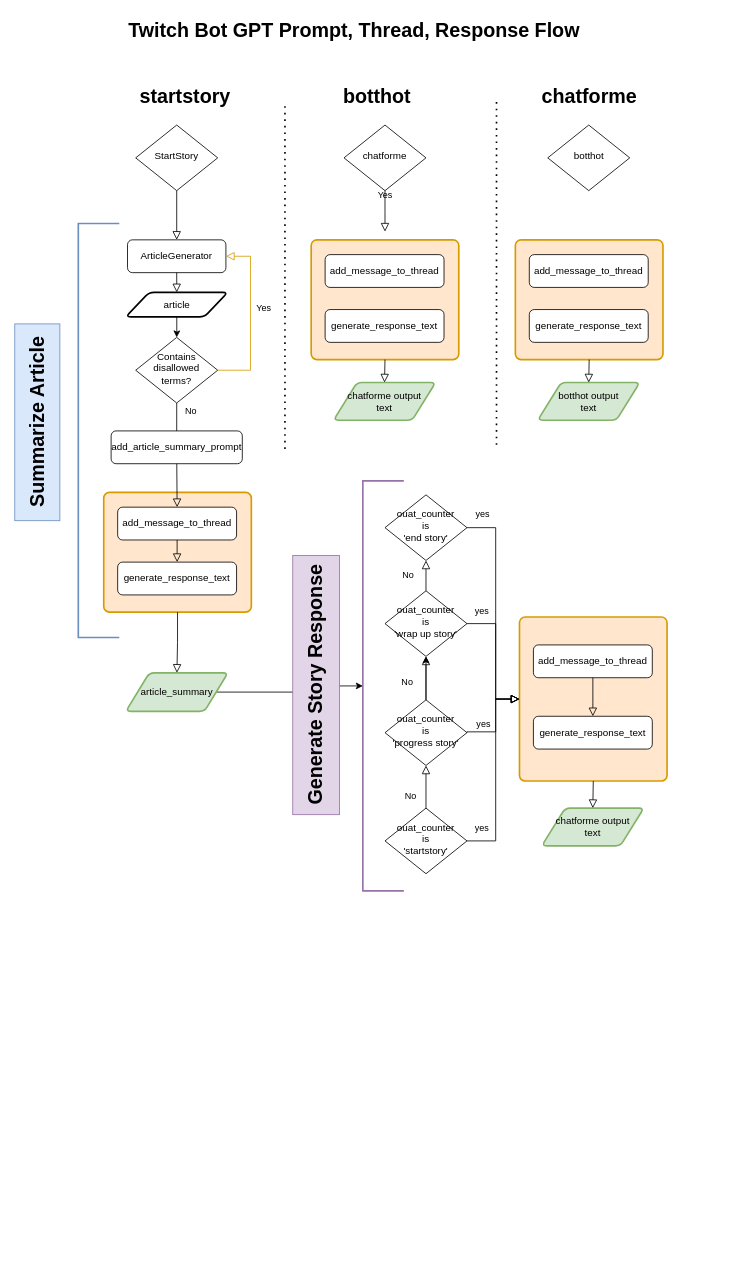
hitch-co/chatzilla_ai keeps this draw.io diagram as readme/diagrams/prompt-thread-response-flow.drawio. Above is the earlier version. Source tidied: cells renumbered, new cells numbered last; positions are measured from the earlier drawing's top-left corner, leaving out a move shared by most shapes. Both pictures are drawn from the tidied source at 82%, with x=0, y=0 at pixel (-61, 14).
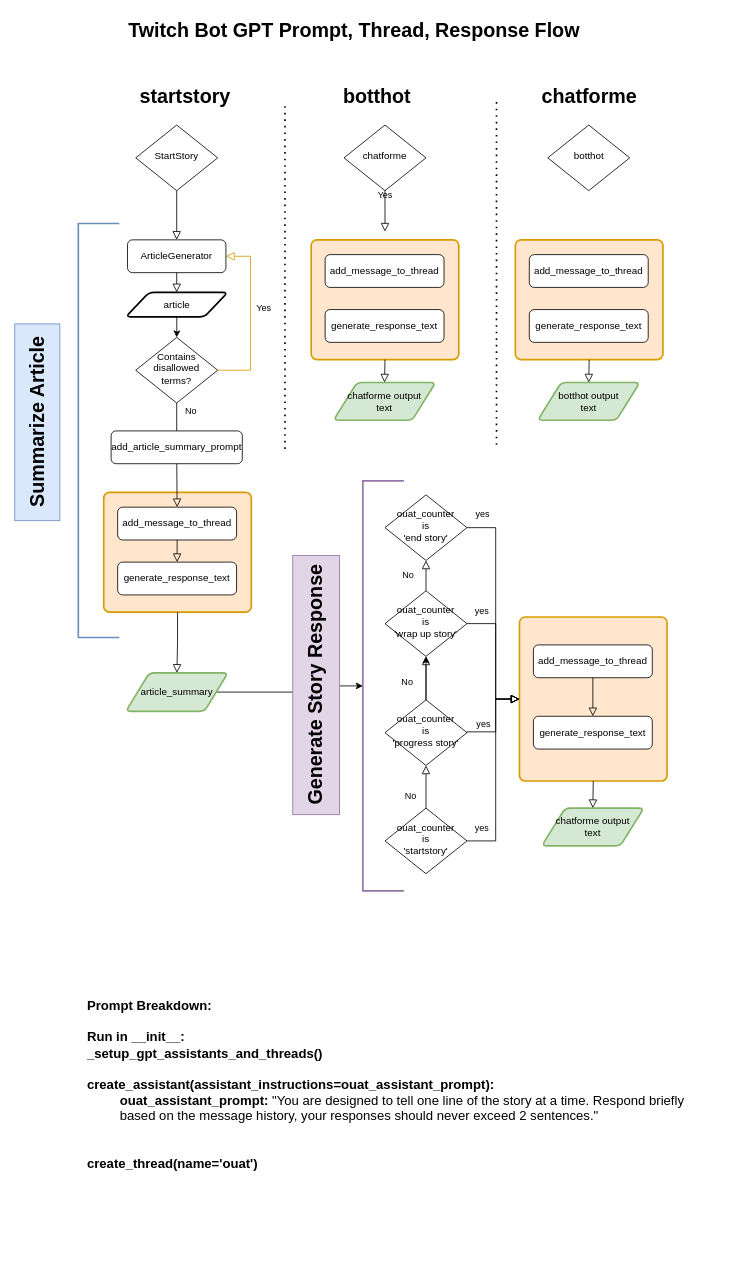
After the change.

Change to the diagram source:
```diff
@@
+    <mxCell id="60" value="Prompt Breakdown:&lt;br&gt;&lt;br&gt;Run in __init__:&lt;br&gt;_setup_gpt_assistants_and_threads()&lt;br&gt;&lt;br&gt;create_assistant(assistant_instructions=ouat_assistant_prompt):&lt;br&gt;&lt;blockquote style=&quot;margin: 0 0 0 40px; border: none; padding: 0px;&quot;&gt;ouat_assistant_prompt:&amp;nbsp;&lt;span style=&quot;font-weight: normal;&quot;&gt;&quot;You are designed to tell one line of the story at a time. Respond briefly based on the message history, your responses should never exceed 2 sentences.&quot;&lt;/span&gt;&lt;/blockquote&gt;&lt;br&gt;&lt;br&gt;create_thread(name='ouat')&lt;br&gt;" style="text;strokeColor=none;fillColor=none;html=1;fontSize=16;fontStyle=1;verticalAlign=middle;align=left;whiteSpace=wrap;" parent="1" vertex="1">
+      <mxGeometry x="178.8" y="1100" width="771.2" height="410" as="geometry" />
+    </mxCell>
```
